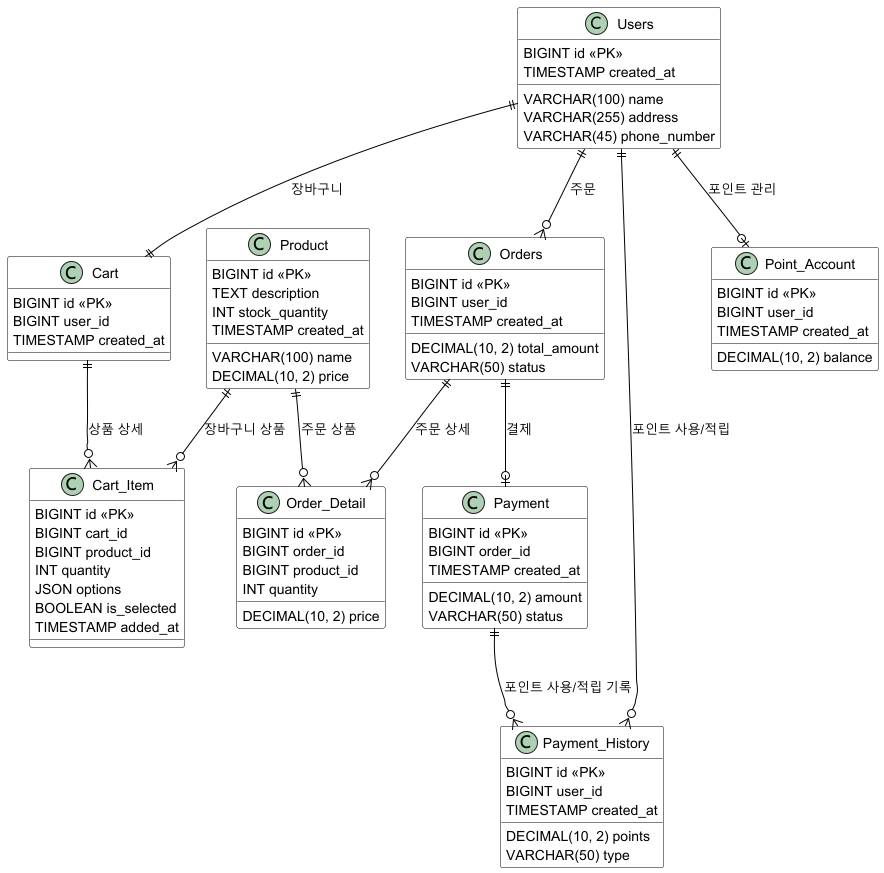
Above: src/main/resources/images/ERD.png in kjh418/hhplus-e-commerce (PlantUML), before the change.
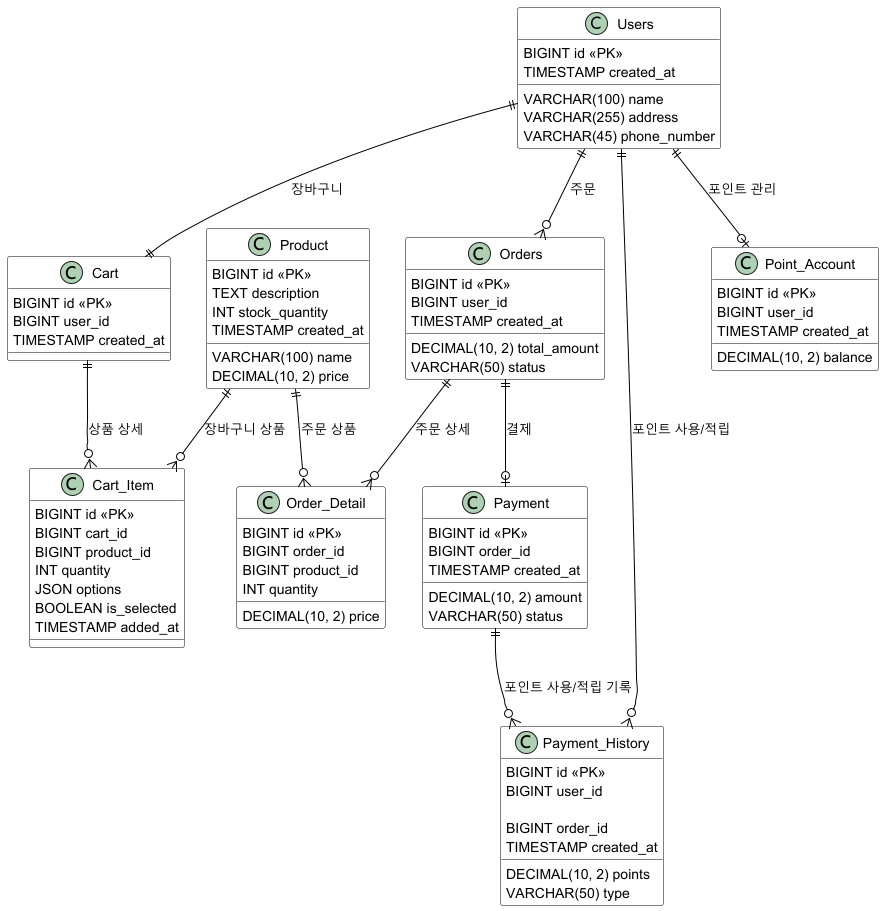
Above is the later version.

Commit message:
fix : 결제 이력에 상품 ID도 저장될 수 있도록 추가

Change to the diagram source:
```diff
@@ -66,6 +66,8 @@
 RECTANGLE Payment_History {
     BIGINT id <<PK>>
     BIGINT user_id
+
+    BIGINT order_id
     DECIMAL(10, 2) points
     VARCHAR(50) type
     TIMESTAMP created_at
```
